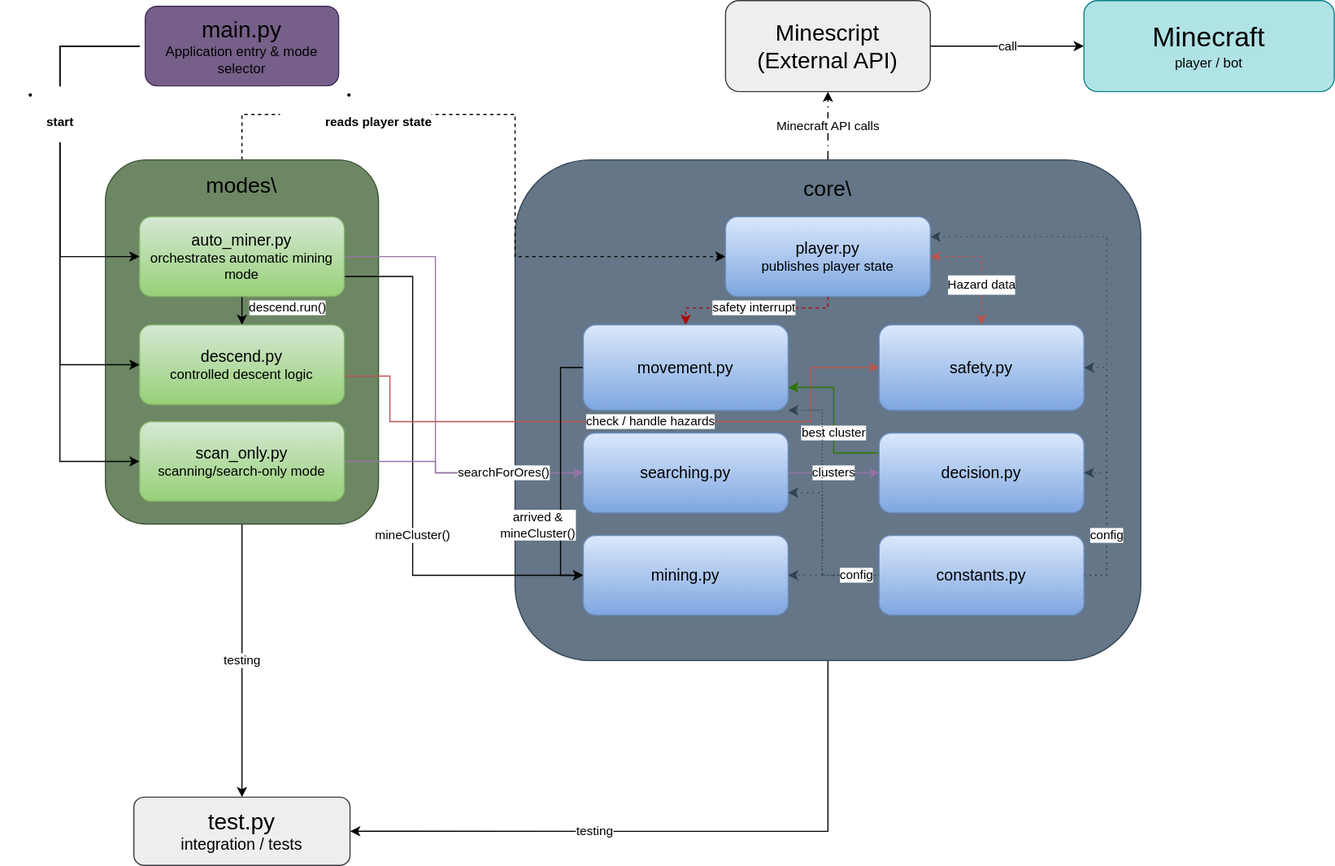
Before: bot/docs/ArchitectureDiagram.drawio.svg, a diagram exported from draw.io (CBTTHH/Minecraft-AutoMiner-BOT). Source tidied: cells renumbered, new cells last; positions are measured from the earlier drawing's top-left corner, leaving out a move shared by most shapes.
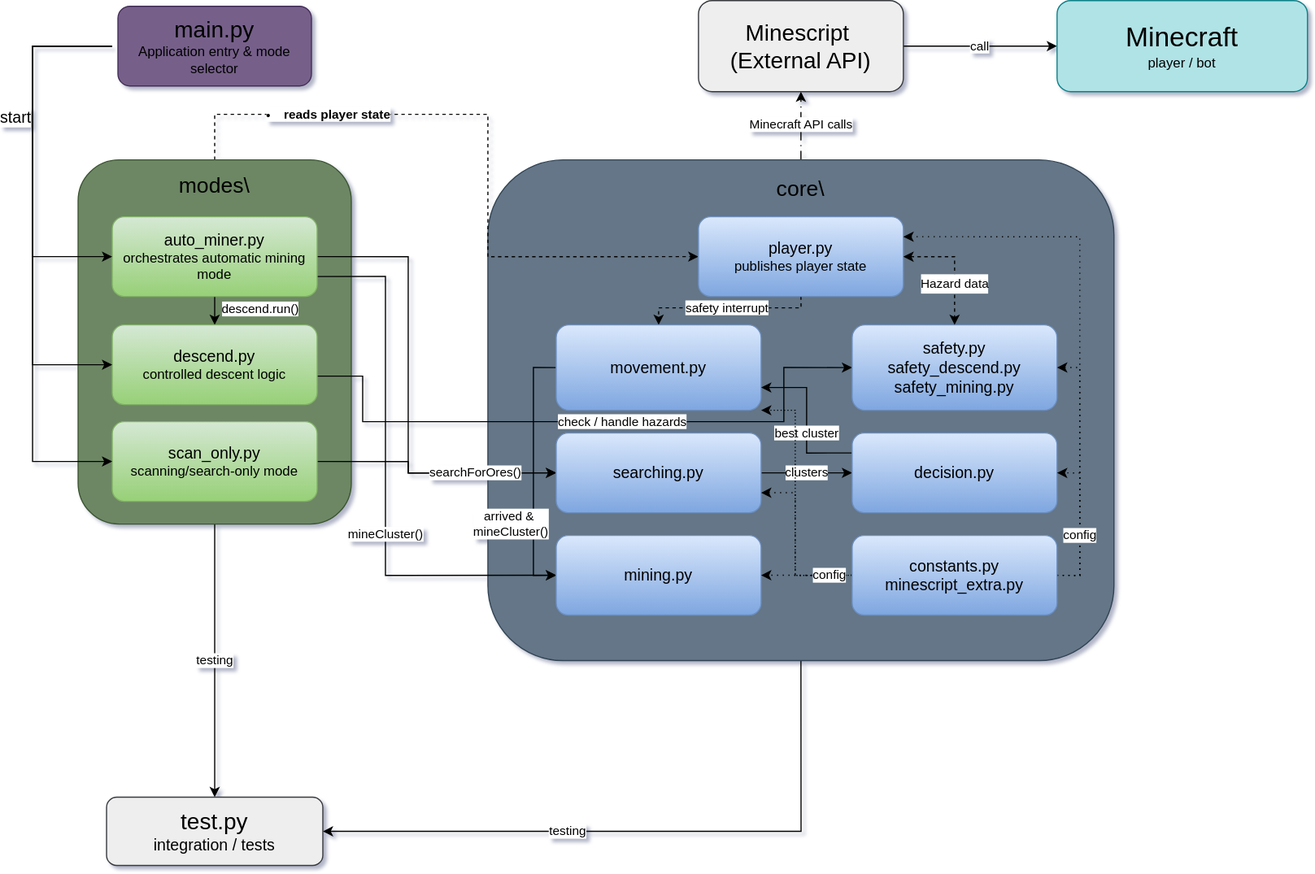
After the change.

Commit message:
Updated Architecture diagram

The edit, as a diff of the source:
```diff
@@ -1,2 +1,2 @@
-<mxGraphModel>
+<mxGraphModel background="light-dark(#FFFFFF,#FFFFFF)" shadow="1">
   <root>
@@ -4,6 +4,6 @@
     <mxCell id="1" parent="0" />
-    <mxCell id="2" value="Minecraft API calls" style="edgeStyle=orthogonalEdgeStyle;rounded=0;jettySize=auto;html=1;exitX=0.5;exitY=0;exitDx=0;exitDy=0;entryX=0.5;entryY=1;entryDx=0;entryDy=0;dashed=1;dashPattern=8 4 1 4;" parent="1" edge="1" source="4" target="37">
+    <mxCell id="2" value="Minecraft API calls" style="edgeStyle=orthogonalEdgeStyle;rounded=0;jettySize=auto;html=1;exitX=0.5;exitY=0;exitDx=0;exitDy=0;entryX=0.5;entryY=1;entryDx=0;entryDy=0;dashed=1;dashPattern=8 4 1 4;strokeColor=light-dark(#000000,#000000);" parent="1" edge="1" source="4" target="37">
       <mxGeometry relative="1" as="geometry" />
     </mxCell>
-    <mxCell id="3" value="testing" style="edgeStyle=orthogonalEdgeStyle;rounded=0;jettySize=auto;html=1;exitX=0.5;exitY=1;exitDx=0;exitDy=0;entryX=1;entryY=0.5;entryDx=0;entryDy=0;" parent="1" edge="1" source="4" target="35">
+    <mxCell id="3" value="testing" style="edgeStyle=orthogonalEdgeStyle;rounded=0;jettySize=auto;html=1;exitX=0.5;exitY=1;exitDx=0;exitDy=0;entryX=1;entryY=0.5;entryDx=0;entryDy=0;strokeColor=light-dark(#000000,#000000);" parent="1" edge="1" source="4" target="35">
       <mxGeometry x="0.25" relative="1" as="geometry" />
@@ -16,3 +16,3 @@
     </mxCell>
-    <mxCell id="6" value="&lt;li&gt;&lt;ul&gt;&lt;strong&gt;reads player state&lt;/strong&gt;&lt;br&gt;&lt;/ul&gt;&lt;/li&gt;" style="edgeStyle=orthogonalEdgeStyle;rounded=0;jettySize=auto;html=1;exitX=0.5;exitY=0;exitDx=0;exitDy=0;entryX=0;entryY=0.5;entryDx=0;entryDy=0;dashed=1;" parent="1" edge="1" source="8" target="19">
+    <mxCell id="6" value="&lt;li&gt;&lt;strong style=&quot;caret-color: rgba(0, 0, 0, 0);&quot;&gt;reads player state&lt;/strong&gt;&lt;b&gt;&lt;/b&gt;&lt;/li&gt;" style="edgeStyle=orthogonalEdgeStyle;rounded=0;jettySize=auto;html=1;exitX=0.5;exitY=0;exitDx=0;exitDy=0;entryX=0;entryY=0.5;entryDx=0;entryDy=0;dashed=1;strokeColor=light-dark(#000000,#000000);labelBackgroundColor=default;labelBorderColor=none;labelPosition=center;verticalLabelPosition=middle;align=center;verticalAlign=middle;" parent="1" edge="1" source="8" target="19">
       <mxGeometry x="-0.53" relative="1" as="geometry">
@@ -25,3 +25,3 @@
     </mxCell>
-    <mxCell id="7" value="testing" style="edgeStyle=orthogonalEdgeStyle;rounded=0;jettySize=auto;html=1;exitX=0.5;exitY=1;exitDx=0;exitDy=0;entryX=0.5;entryY=0;entryDx=0;entryDy=0;" parent="1" edge="1" source="8" target="35">
+    <mxCell id="7" value="testing" style="edgeStyle=orthogonalEdgeStyle;rounded=0;jettySize=auto;html=1;exitX=0.5;exitY=1;exitDx=0;exitDy=0;entryX=0.5;entryY=0;entryDx=0;entryDy=0;strokeColor=light-dark(#000000,#000000);" parent="1" edge="1" source="8" target="35">
       <mxGeometry relative="1" as="geometry" />
@@ -31,3 +31,3 @@
     </mxCell>
-    <mxCell id="9" style="edgeStyle=orthogonalEdgeStyle;rounded=0;jettySize=auto;html=1;exitX=1;exitY=0.5;exitDx=0;exitDy=0;entryX=0;entryY=0.5;entryDx=0;entryDy=0;fillColor=#e1d5e7;strokeColor=#9673a6;" parent="1" edge="1" source="13" target="24">
+    <mxCell id="9" style="edgeStyle=orthogonalEdgeStyle;rounded=0;jettySize=auto;html=1;exitX=1;exitY=0.5;exitDx=0;exitDy=0;entryX=0;entryY=0.5;entryDx=0;entryDy=0;strokeColor=light-dark(#000000,#000000);" parent="1" edge="1" source="13" target="24">
       <mxGeometry relative="1" as="geometry">
@@ -47,3 +47,3 @@
     </mxCell>
-    <mxCell id="12" value="mineCluster()" style="edgeStyle=orthogonalEdgeStyle;rounded=0;jettySize=auto;html=1;exitX=1;exitY=0.75;exitDx=0;exitDy=0;entryX=0;entryY=0.5;entryDx=0;entryDy=0;" parent="1" edge="1" source="13" target="27">
+    <mxCell id="12" value="mineCluster()" style="edgeStyle=orthogonalEdgeStyle;rounded=0;jettySize=auto;html=1;exitX=1;exitY=0.75;exitDx=0;exitDy=0;entryX=0;entryY=0.5;entryDx=0;entryDy=0;strokeColor=light-dark(#000000,#000000);" parent="1" edge="1" source="13" target="27">
       <mxGeometry x="0.22" relative="1" as="geometry">
@@ -58,3 +58,3 @@
     </mxCell>
-    <mxCell id="14" value="check / handle hazards" style="edgeStyle=orthogonalEdgeStyle;rounded=0;jettySize=auto;html=1;exitX=1;exitY=0.5;exitDx=0;exitDy=0;entryX=0;entryY=0.5;entryDx=0;entryDy=0;fillColor=#f8cecc;strokeColor=#b85450;" parent="1" edge="1" target="22">
+    <mxCell id="14" value="check / handle hazards" style="edgeStyle=orthogonalEdgeStyle;rounded=0;jettySize=auto;html=1;exitX=1;exitY=0.5;exitDx=0;exitDy=0;entryX=0;entryY=0.5;entryDx=0;entryDy=0;strokeColor=light-dark(#000000,#000000);" parent="1" edge="1" target="22">
       <mxGeometry x="0.12" relative="1" as="geometry">
@@ -72,3 +72,3 @@
     </mxCell>
-    <mxCell id="16" value="searchForOres()" style="edgeStyle=orthogonalEdgeStyle;rounded=0;jettySize=auto;html=1;exitX=1;exitY=0.5;exitDx=0;exitDy=0;entryX=0;entryY=0.5;entryDx=0;entryDy=0;fillColor=#e1d5e7;strokeColor=#9673a6;" parent="1" edge="1" source="17" target="24">
+    <mxCell id="16" value="searchForOres()" style="edgeStyle=orthogonalEdgeStyle;rounded=0;jettySize=auto;html=1;exitX=1;exitY=0.5;exitDx=0;exitDy=0;entryX=0;entryY=0.5;entryDx=0;entryDy=0;strokeColor=light-dark(#000000,#000000);" parent="1" edge="1" source="17" target="24">
       <mxGeometry x="0.36" relative="1" as="geometry">
@@ -83,3 +83,3 @@
     </mxCell>
-    <mxCell id="18" value="safety interrupt" style="edgeStyle=orthogonalEdgeStyle;rounded=0;jettySize=auto;html=1;exitX=0.5;exitY=1;exitDx=0;exitDy=0;entryX=0.5;entryY=0;entryDx=0;entryDy=0;dashed=1;fillColor=#e51400;strokeColor=#B20000;" parent="1" edge="1" source="19" target="21">
+    <mxCell id="18" value="safety interrupt" style="edgeStyle=orthogonalEdgeStyle;rounded=0;jettySize=auto;html=1;exitX=0.5;exitY=1;exitDx=0;exitDy=0;entryX=0.5;entryY=0;entryDx=0;entryDy=0;dashed=1;strokeColor=light-dark(#000000,#000000);" parent="1" edge="1" source="19" target="21">
       <mxGeometry relative="1" as="geometry">
@@ -94,3 +94,3 @@
     </mxCell>
-    <mxCell id="20" value="arrived &amp;amp;&amp;nbsp;&lt;div&gt;&lt;span style=&quot;caret-color: rgba(0, 0, 0, 0);&quot;&gt;mineCluster()&lt;/span&gt;&lt;/div&gt;" style="edgeStyle=orthogonalEdgeStyle;rounded=0;jettySize=auto;html=1;exitX=0;exitY=0.5;exitDx=0;exitDy=0;entryX=0;entryY=0.5;entryDx=0;entryDy=0;" parent="1" edge="1" source="21" target="27">
+    <mxCell id="20" value="arrived &amp;amp;&amp;nbsp;&lt;div&gt;&lt;span style=&quot;caret-color: rgba(0, 0, 0, 0);&quot;&gt;mineCluster()&lt;/span&gt;&lt;/div&gt;" style="edgeStyle=orthogonalEdgeStyle;rounded=0;jettySize=auto;html=1;exitX=0;exitY=0.5;exitDx=0;exitDy=0;entryX=0;entryY=0.5;entryDx=0;entryDy=0;strokeColor=light-dark(#000000,#000000);" parent="1" edge="1" source="21" target="27">
       <mxGeometry x="0.42" y="-20" relative="1" as="geometry" />
@@ -100,6 +100,6 @@
     </mxCell>
-    <mxCell id="22" value="&lt;div&gt;&lt;span style=&quot;font-size: 14px;&quot;&gt;safety.py&lt;/span&gt;&lt;/div&gt;" style="rounded=1;whiteSpace=wrap;html=1;fillColor=#dae8fc;strokeColor=#6c8ebf;gradientColor=#7ea6e0;" parent="1" vertex="1">
+    <mxCell id="22" value="&lt;div&gt;&lt;span style=&quot;font-size: 14px;&quot;&gt;safety.py&lt;/span&gt;&lt;/div&gt;&lt;div&gt;&lt;span style=&quot;font-size: 14px;&quot;&gt;safety_descend.py&lt;/span&gt;&lt;/div&gt;&lt;div&gt;&lt;span style=&quot;font-size: 14px;&quot;&gt;safety_mining.py&lt;/span&gt;&lt;/div&gt;" style="rounded=1;whiteSpace=wrap;html=1;fillColor=#dae8fc;strokeColor=#6c8ebf;gradientColor=#7ea6e0;" parent="1" vertex="1">
       <mxGeometry x="720" y="285" width="180" height="75" as="geometry" />
     </mxCell>
-    <mxCell id="23" value="clusters" style="edgeStyle=orthogonalEdgeStyle;rounded=0;jettySize=auto;html=1;exitX=1;exitY=0.5;exitDx=0;exitDy=0;entryX=0;entryY=0.5;entryDx=0;entryDy=0;fillColor=#e1d5e7;strokeColor=#9673a6;" parent="1" edge="1" source="24" target="26">
+    <mxCell id="23" value="clusters" style="edgeStyle=orthogonalEdgeStyle;rounded=0;jettySize=auto;html=1;exitX=1;exitY=0.5;exitDx=0;exitDy=0;entryX=0;entryY=0.5;entryDx=0;entryDy=0;strokeColor=light-dark(#000000,#000000);" parent="1" edge="1" source="24" target="26">
       <mxGeometry relative="1" as="geometry" />
@@ -109,3 +109,3 @@
     </mxCell>
-    <mxCell id="25" value="best cluster" style="edgeStyle=orthogonalEdgeStyle;rounded=0;jettySize=auto;html=1;exitX=0;exitY=0.25;exitDx=0;exitDy=0;fillColor=#60a917;strokeColor=#2D7600;" parent="1" edge="1" source="26">
+    <mxCell id="25" value="best cluster" style="edgeStyle=orthogonalEdgeStyle;rounded=0;jettySize=auto;html=1;exitX=0;exitY=0.25;exitDx=0;exitDy=0;strokeColor=light-dark(#000000,#000000);" parent="1" edge="1" source="26">
       <mxGeometry x="-0.16" relative="1" as="geometry">
@@ -125,15 +125,15 @@
     </mxCell>
-    <mxCell id="28" style="edgeStyle=orthogonalEdgeStyle;rounded=0;jettySize=auto;html=1;exitX=1;exitY=0.5;exitDx=0;exitDy=0;entryX=1;entryY=0.5;entryDx=0;entryDy=0;dashed=1;dashPattern=1 4;fillColor=#647687;strokeColor=#314354;" parent="1" edge="1" source="34" target="26">
+    <mxCell id="28" style="edgeStyle=orthogonalEdgeStyle;rounded=0;jettySize=auto;html=1;exitX=1;exitY=0.5;exitDx=0;exitDy=0;entryX=1;entryY=0.5;entryDx=0;entryDy=0;dashed=1;dashPattern=1 4;strokeColor=light-dark(#000000,#000000);" parent="1" edge="1" source="34" target="26">
       <mxGeometry relative="1" as="geometry" />
     </mxCell>
-    <mxCell id="29" style="edgeStyle=orthogonalEdgeStyle;rounded=0;jettySize=auto;html=1;exitX=1;exitY=0.5;exitDx=0;exitDy=0;entryX=1;entryY=0.5;entryDx=0;entryDy=0;dashed=1;dashPattern=1 4;fillColor=#647687;strokeColor=#314354;" parent="1" edge="1" source="34" target="22">
+    <mxCell id="29" style="edgeStyle=orthogonalEdgeStyle;rounded=0;jettySize=auto;html=1;exitX=1;exitY=0.5;exitDx=0;exitDy=0;entryX=1;entryY=0.5;entryDx=0;entryDy=0;dashed=1;dashPattern=1 4;strokeColor=light-dark(#000000,#000000);" parent="1" edge="1" source="34" target="22">
       <mxGeometry relative="1" as="geometry" />
     </mxCell>
-    <mxCell id="30" value="config" style="edgeStyle=orthogonalEdgeStyle;rounded=0;jettySize=auto;html=1;exitX=1;exitY=0.5;exitDx=0;exitDy=0;entryX=1;entryY=0.25;entryDx=0;entryDy=0;dashed=1;dashPattern=1 4;fillColor=#647687;strokeColor=#314354;" parent="1" edge="1" source="34" target="19">
+    <mxCell id="30" value="config" style="edgeStyle=orthogonalEdgeStyle;rounded=0;jettySize=auto;html=1;exitX=1;exitY=0.5;exitDx=0;exitDy=0;entryX=1;entryY=0.25;entryDx=0;entryDy=0;dashed=1;dashPattern=1 4;strokeColor=light-dark(#000000,#000000);" parent="1" edge="1" source="34" target="19">
       <mxGeometry x="-0.77" relative="1" as="geometry" />
     </mxCell>
-    <mxCell id="31" style="edgeStyle=orthogonalEdgeStyle;rounded=0;jettySize=auto;html=1;exitX=0;exitY=0.5;exitDx=0;exitDy=0;entryX=1;entryY=0.5;entryDx=0;entryDy=0;dashed=1;dashPattern=1 4;fillColor=#647687;strokeColor=#314354;" parent="1" edge="1" source="34" target="27">
+    <mxCell id="31" style="edgeStyle=orthogonalEdgeStyle;rounded=0;jettySize=auto;html=1;exitX=0;exitY=0.5;exitDx=0;exitDy=0;entryX=1;entryY=0.5;entryDx=0;entryDy=0;dashed=1;dashPattern=1 4;strokeColor=light-dark(#000000,#000000);" parent="1" edge="1" source="34" target="27">
       <mxGeometry relative="1" as="geometry" />
     </mxCell>
-    <mxCell id="32" style="edgeStyle=orthogonalEdgeStyle;rounded=0;jettySize=auto;html=1;exitX=0;exitY=0.5;exitDx=0;exitDy=0;entryX=1;entryY=0.75;entryDx=0;entryDy=0;dashed=1;dashPattern=1 4;fillColor=#647687;strokeColor=#314354;" parent="1" edge="1" source="34" target="24">
+    <mxCell id="32" style="edgeStyle=orthogonalEdgeStyle;rounded=0;jettySize=auto;html=1;exitX=0;exitY=0.5;exitDx=0;exitDy=0;entryX=1;entryY=0.75;entryDx=0;entryDy=0;dashed=1;dashPattern=1 4;strokeColor=light-dark(#000000,#000000);" parent="1" edge="1" source="34" target="24">
       <mxGeometry relative="1" as="geometry">
@@ -145,3 +145,3 @@
     </mxCell>
-    <mxCell id="33" value="config" style="edgeStyle=orthogonalEdgeStyle;rounded=0;jettySize=auto;html=1;exitX=0;exitY=0.5;exitDx=0;exitDy=0;entryX=1;entryY=1;entryDx=0;entryDy=0;dashed=1;dashPattern=1 2;fillColor=#647687;strokeColor=#314354;" parent="1" edge="1" source="34" target="21">
+    <mxCell id="33" value="config" style="edgeStyle=orthogonalEdgeStyle;rounded=0;jettySize=auto;html=1;exitX=0;exitY=0.5;exitDx=0;exitDy=0;entryX=1;entryY=1;entryDx=0;entryDy=0;dashed=1;dashPattern=1 2;strokeColor=light-dark(#000000,#000000);" parent="1" edge="1" source="34" target="21">
       <mxGeometry x="-0.82" relative="1" as="geometry">
@@ -153,3 +153,3 @@
     </mxCell>
-    <mxCell id="34" value="&lt;font style=&quot;font-size: 14px;&quot;&gt;constants.py&lt;/font&gt;" style="rounded=1;whiteSpace=wrap;html=1;fillColor=#dae8fc;strokeColor=#6c8ebf;gradientColor=#7ea6e0;" parent="1" vertex="1">
+    <mxCell id="34" value="&lt;font style=&quot;font-size: 14px;&quot;&gt;constants.py&lt;/font&gt;&lt;div&gt;&lt;font style=&quot;&quot;&gt;&lt;span style=&quot;font-size: 14px;&quot;&gt;minescript_extra.py&lt;/span&gt;&lt;/font&gt;&lt;/div&gt;" style="rounded=1;whiteSpace=wrap;html=1;fillColor=#dae8fc;strokeColor=#6c8ebf;gradientColor=#7ea6e0;" parent="1" vertex="1">
       <mxGeometry x="720" y="470" width="180" height="70" as="geometry" />
@@ -159,3 +159,3 @@
     </mxCell>
-    <mxCell id="36" value="call" style="edgeStyle=orthogonalEdgeStyle;rounded=0;jettySize=auto;html=1;exitX=1;exitY=0.5;exitDx=0;exitDy=0;entryX=0;entryY=0.5;entryDx=0;entryDy=0;" parent="1" edge="1" source="37" target="42">
+    <mxCell id="36" value="call" style="edgeStyle=orthogonalEdgeStyle;rounded=0;jettySize=auto;html=1;exitX=1;exitY=0.5;exitDx=0;exitDy=0;entryX=0;entryY=0.5;entryDx=0;entryDy=0;strokeColor=light-dark(#000000,#000000);" parent="1" edge="1" source="37" target="42">
       <mxGeometry relative="1" as="geometry" />
@@ -165,3 +165,3 @@
     </mxCell>
-    <mxCell id="38" style="endArrow=classic;html=1;rounded=0;entryX=0;entryY=0.5;entryDx=0;entryDy=0;" parent="1" edge="1" target="17">
+    <mxCell id="38" style="endArrow=classic;html=1;rounded=0;entryX=0;entryY=0.5;entryDx=0;entryDy=0;strokeColor=light-dark(#000000,#000000);" parent="1" edge="1" target="17">
       <mxGeometry relative="1" as="geometry">
@@ -174,3 +174,3 @@
     </mxCell>
-    <mxCell id="39" style="endArrow=classic;html=1;rounded=0;entryX=0;entryY=0.5;entryDx=0;entryDy=0;" parent="1" edge="1" target="15">
+    <mxCell id="39" style="endArrow=classic;html=1;rounded=0;entryX=0;entryY=0.5;entryDx=0;entryDy=0;strokeColor=light-dark(#000000,#000000);" parent="1" edge="1" target="15">
       <mxGeometry relative="1" as="geometry">
@@ -183,4 +183,4 @@
     </mxCell>
-    <mxCell id="40" value="&lt;li&gt;&lt;ul&gt;&lt;strong&gt;start&lt;/strong&gt;&lt;br&gt;&lt;/ul&gt;&lt;/li&gt;" style="endArrow=classic;html=1;rounded=0;entryX=0;entryY=0.5;entryDx=0;entryDy=0;" parent="1" edge="1" target="13">
-      <mxGeometry x="-0.2" y="-20" relative="1" as="geometry">
+    <mxCell id="40" value="&lt;div&gt;&lt;br/&gt;&lt;/div&gt;" style="endArrow=classic;html=1;rounded=0;entryX=0;entryY=0.5;entryDx=0;entryDy=0;strokeColor=light-dark(#000000,#000000);" parent="1" edge="1" target="13">
+      <mxGeometry x="-0.16" y="-16" relative="1" as="geometry">
         <mxPoint x="70" y="40" as="sourcePoint" />
@@ -192,3 +192,8 @@
     </mxCell>
+    <mxCell id="43" value="start" style="edgeLabel;html=1;align=center;verticalAlign=middle;fontSize=14;" parent="40" vertex="1">
+      <mxGeometry x="-0.16" y="-16" relative="1" as="geometry">
+        <mxPoint y="-4" as="offset" />
+      </mxGeometry>
+    </mxCell>
-    <mxCell id="41" value="&lt;div style=&quot;line-height: 150%;&quot;&gt;Hazard data&lt;/div&gt;" style="edgeStyle=orthogonalEdgeStyle;rounded=0;jettySize=auto;html=1;exitX=1;exitY=0.5;exitDx=0;exitDy=0;entryX=0.5;entryY=0;entryDx=0;entryDy=0;dashed=1;startArrow=classic;startFill=1;fillColor=#f8cecc;strokeColor=#b85450;" parent="1" edge="1" source="19" target="22">
+    <mxCell id="41" value="&lt;div style=&quot;line-height: 150%;&quot;&gt;Hazard data&lt;/div&gt;" style="edgeStyle=orthogonalEdgeStyle;rounded=0;jettySize=auto;html=1;exitX=1;exitY=0.5;exitDx=0;exitDy=0;entryX=0.5;entryY=0;entryDx=0;entryDy=0;dashed=1;startArrow=classic;startFill=1;strokeColor=light-dark(#000000,#000000);" parent="1" edge="1" source="19" target="22">
       <mxGeometry x="0.33" relative="1" as="geometry" />
```
